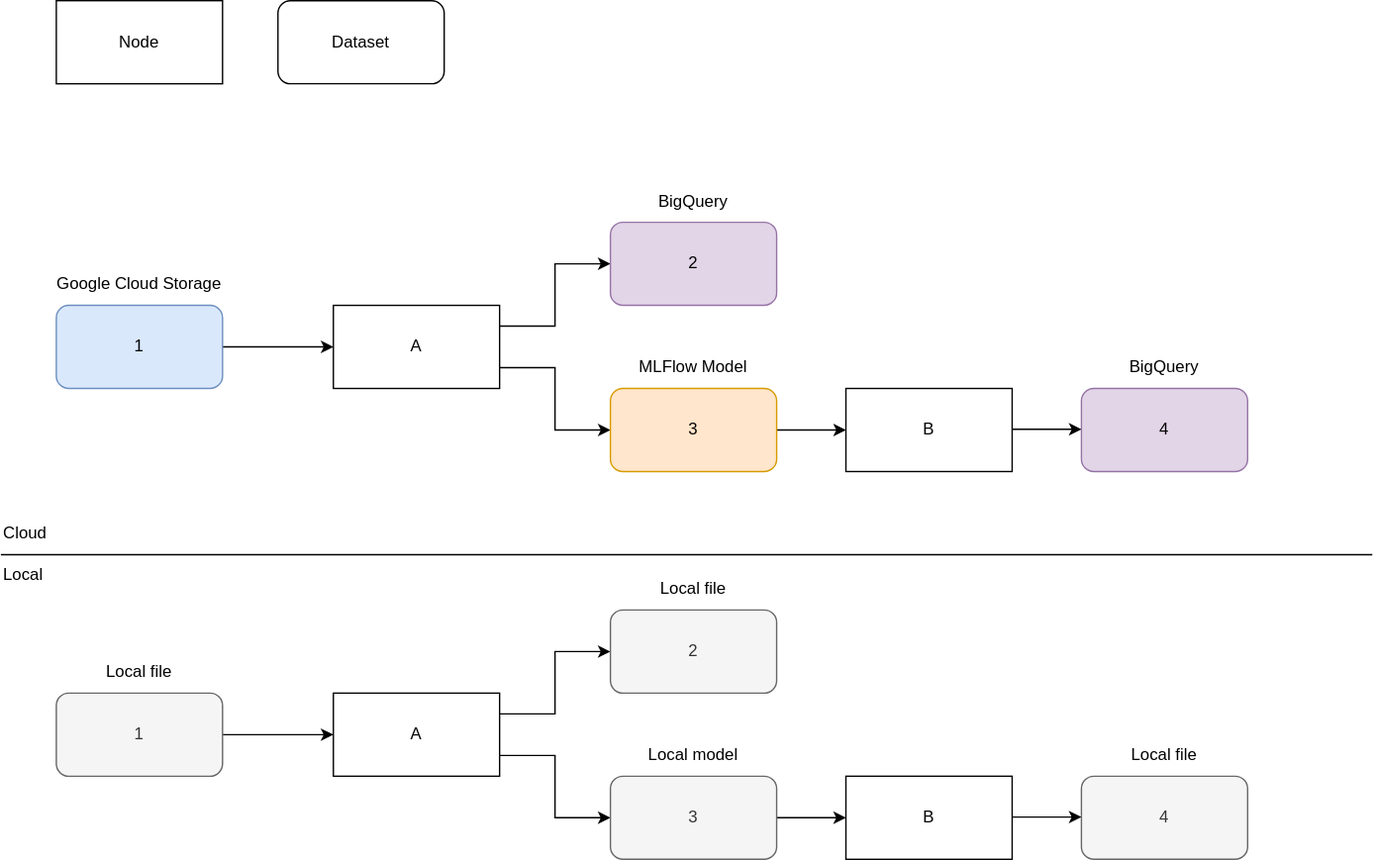
Earlier version of the draw.io export docs/src/assets/img/from-env-pipeline.drawio.svg (everycure-org/matrix). Source tidied: cells renumbered, new cells last; positions are measured from the earlier drawing's top-left corner, leaving out a move shared by most shapes. Source of this version:
```xml
<mxGraphModel background="#ffffff">
  <root>
    <mxCell id="0" />
    <mxCell id="1" parent="0" />
    <mxCell id="2" style="endArrow=none;html=1;rounded=0;" parent="1" edge="1">
      <mxGeometry relative="1" as="geometry">
        <mxPoint y="400" as="sourcePoint" />
        <mxPoint x="990" y="400" as="targetPoint" />
      </mxGeometry>
    </mxCell>
    <mxCell id="3" value="Cloud" style="text;html=1;align=left;verticalAlign=middle;whiteSpace=wrap;rounded=0;" parent="1" vertex="1">
      <mxGeometry y="370" width="60" height="30" as="geometry" />
    </mxCell>
    <mxCell id="4" value="Local" style="text;html=1;align=left;verticalAlign=middle;whiteSpace=wrap;rounded=0;" parent="1" vertex="1">
      <mxGeometry y="400" width="60" height="30" as="geometry" />
    </mxCell>
    <mxCell id="5" value="Node" style="rounded=0;whiteSpace=wrap;html=1;" parent="1" vertex="1">
      <mxGeometry x="40" width="120" height="60" as="geometry" />
    </mxCell>
    <mxCell id="6" value="Dataset" style="rounded=1;whiteSpace=wrap;html=1;" parent="1" vertex="1">
      <mxGeometry x="200" width="120" height="60" as="geometry" />
    </mxCell>
    <mxCell id="7" style="edgeStyle=orthogonalEdgeStyle;rounded=0;jettySize=auto;html=1;entryX=0;entryY=0.5;entryDx=0;entryDy=0;exitX=1;exitY=0.25;exitDx=0;exitDy=0;" parent="1" edge="1" source="9" target="12">
      <mxGeometry relative="1" as="geometry" />
    </mxCell>
    <mxCell id="8" style="edgeStyle=orthogonalEdgeStyle;rounded=0;jettySize=auto;html=1;exitX=1;exitY=0.75;exitDx=0;exitDy=0;entryX=0;entryY=0.5;entryDx=0;entryDy=0;" parent="1" edge="1" source="9" target="14">
      <mxGeometry relative="1" as="geometry" />
    </mxCell>
    <mxCell id="9" value="A" style="rounded=0;whiteSpace=wrap;html=1;" parent="1" vertex="1">
      <mxGeometry x="240" y="220" width="120" height="60" as="geometry" />
    </mxCell>
    <mxCell id="10" style="edgeStyle=orthogonalEdgeStyle;rounded=0;jettySize=auto;html=1;exitX=1;exitY=0.5;exitDx=0;exitDy=0;" parent="1" edge="1" source="11" target="9">
      <mxGeometry relative="1" as="geometry" />
    </mxCell>
    <mxCell id="11" value="1" style="rounded=1;whiteSpace=wrap;html=1;fillColor=#dae8fc;strokeColor=#6c8ebf;" parent="1" vertex="1">
      <mxGeometry x="40" y="220" width="120" height="60" as="geometry" />
    </mxCell>
    <mxCell id="12" value="2" style="rounded=1;whiteSpace=wrap;html=1;fillColor=#e1d5e7;strokeColor=#9673a6;" parent="1" vertex="1">
      <mxGeometry x="440" y="160" width="120" height="60" as="geometry" />
    </mxCell>
    <mxCell id="13" style="edgeStyle=orthogonalEdgeStyle;rounded=0;jettySize=auto;html=1;exitX=1;exitY=0.5;exitDx=0;exitDy=0;" parent="1" edge="1" source="14">
      <mxGeometry relative="1" as="geometry">
        <mxPoint x="610" y="310" as="targetPoint" />
      </mxGeometry>
    </mxCell>
    <mxCell id="14" value="3" style="rounded=1;whiteSpace=wrap;html=1;fillColor=#ffe6cc;strokeColor=#d79b00;" parent="1" vertex="1">
      <mxGeometry x="440" y="280" width="120" height="60" as="geometry" />
    </mxCell>
    <mxCell id="15" value="Google Cloud Storage" style="text;html=1;align=center;verticalAlign=middle;whiteSpace=wrap;rounded=0;" parent="1" vertex="1">
      <mxGeometry x="30" y="190" width="140" height="30" as="geometry" />
    </mxCell>
    <mxCell id="16" value="BigQuery" style="text;html=1;align=center;verticalAlign=middle;whiteSpace=wrap;rounded=0;" parent="1" vertex="1">
      <mxGeometry x="430" y="130" width="140" height="30" as="geometry" />
    </mxCell>
    <mxCell id="17" value="MLFlow Model" style="text;html=1;align=center;verticalAlign=middle;whiteSpace=wrap;rounded=0;" parent="1" vertex="1">
      <mxGeometry x="430" y="250" width="140" height="30" as="geometry" />
    </mxCell>
    <mxCell id="18" style="edgeStyle=orthogonalEdgeStyle;rounded=0;jettySize=auto;html=1;entryX=0;entryY=0.5;entryDx=0;entryDy=0;exitX=1;exitY=0.25;exitDx=0;exitDy=0;" parent="1" edge="1" source="20" target="23">
      <mxGeometry relative="1" as="geometry" />
    </mxCell>
    <mxCell id="19" style="edgeStyle=orthogonalEdgeStyle;rounded=0;jettySize=auto;html=1;exitX=1;exitY=0.75;exitDx=0;exitDy=0;entryX=0;entryY=0.5;entryDx=0;entryDy=0;" parent="1" edge="1" source="20" target="25">
      <mxGeometry relative="1" as="geometry" />
    </mxCell>
    <mxCell id="20" value="A" style="rounded=0;whiteSpace=wrap;html=1;" parent="1" vertex="1">
      <mxGeometry x="240" y="500" width="120" height="60" as="geometry" />
    </mxCell>
    <mxCell id="21" style="edgeStyle=orthogonalEdgeStyle;rounded=0;jettySize=auto;html=1;exitX=1;exitY=0.5;exitDx=0;exitDy=0;" parent="1" edge="1" source="22" target="20">
      <mxGeometry relative="1" as="geometry" />
    </mxCell>
    <mxCell id="22" value="1" style="rounded=1;whiteSpace=wrap;html=1;fillColor=#f5f5f5;fontColor=#333333;strokeColor=#666666;" parent="1" vertex="1">
      <mxGeometry x="40" y="500" width="120" height="60" as="geometry" />
    </mxCell>
    <mxCell id="23" value="2" style="rounded=1;whiteSpace=wrap;html=1;fillColor=#f5f5f5;fontColor=#333333;strokeColor=#666666;" parent="1" vertex="1">
      <mxGeometry x="440" y="440" width="120" height="60" as="geometry" />
    </mxCell>
    <mxCell id="24" style="edgeStyle=orthogonalEdgeStyle;rounded=0;jettySize=auto;html=1;exitX=1;exitY=0.5;exitDx=0;exitDy=0;" parent="1" edge="1" source="25">
      <mxGeometry relative="1" as="geometry">
        <mxPoint x="610" y="590" as="targetPoint" />
      </mxGeometry>
    </mxCell>
    <mxCell id="25" value="3" style="rounded=1;whiteSpace=wrap;html=1;fillColor=#f5f5f5;fontColor=#333333;strokeColor=#666666;" parent="1" vertex="1">
      <mxGeometry x="440" y="560" width="120" height="60" as="geometry" />
    </mxCell>
    <mxCell id="26" value="Local file" style="text;html=1;align=center;verticalAlign=middle;whiteSpace=wrap;rounded=0;" parent="1" vertex="1">
      <mxGeometry x="30" y="470" width="140" height="30" as="geometry" />
    </mxCell>
    <mxCell id="27" value="Local model" style="text;html=1;align=center;verticalAlign=middle;whiteSpace=wrap;rounded=0;" parent="1" vertex="1">
      <mxGeometry x="430" y="530" width="140" height="30" as="geometry" />
    </mxCell>
    <mxCell id="28" value="Local file" style="text;html=1;align=center;verticalAlign=middle;whiteSpace=wrap;rounded=0;" parent="1" vertex="1">
      <mxGeometry x="430" y="410" width="140" height="30" as="geometry" />
    </mxCell>
    <mxCell id="29" value="B" style="rounded=0;whiteSpace=wrap;html=1;" parent="1" vertex="1">
      <mxGeometry x="610" y="280" width="120" height="60" as="geometry" />
    </mxCell>
    <mxCell id="30" value="4" style="rounded=1;whiteSpace=wrap;html=1;fillColor=#e1d5e7;strokeColor=#9673a6;" parent="1" vertex="1">
      <mxGeometry x="780" y="280" width="120" height="60" as="geometry" />
    </mxCell>
    <mxCell id="31" value="BigQuery" style="text;html=1;align=center;verticalAlign=middle;whiteSpace=wrap;rounded=0;" parent="1" vertex="1">
      <mxGeometry x="770" y="250" width="140" height="30" as="geometry" />
    </mxCell>
    <mxCell id="32" style="edgeStyle=orthogonalEdgeStyle;rounded=0;orthogonalLoop=1;jettySize=auto;html=1;exitX=1;exitY=0.5;exitDx=0;exitDy=0;" parent="1" edge="1">
      <mxGeometry relative="1" as="geometry">
        <mxPoint x="730" y="309.5" as="sourcePoint" />
        <mxPoint x="780" y="309.5" as="targetPoint" />
      </mxGeometry>
    </mxCell>
    <mxCell id="33" value="4" style="rounded=1;whiteSpace=wrap;html=1;fillColor=#f5f5f5;fontColor=#333333;strokeColor=#666666;" parent="1" vertex="1">
      <mxGeometry x="780" y="560" width="120" height="60" as="geometry" />
    </mxCell>
    <mxCell id="34" value="Local file" style="text;html=1;align=center;verticalAlign=middle;whiteSpace=wrap;rounded=0;" parent="1" vertex="1">
      <mxGeometry x="770" y="530" width="140" height="30" as="geometry" />
    </mxCell>
    <mxCell id="35" style="edgeStyle=orthogonalEdgeStyle;rounded=0;orthogonalLoop=1;jettySize=auto;html=1;exitX=1;exitY=0.5;exitDx=0;exitDy=0;" parent="1" edge="1">
      <mxGeometry relative="1" as="geometry">
        <mxPoint x="730" y="589.5" as="sourcePoint" />
        <mxPoint x="780" y="589.5" as="targetPoint" />
      </mxGeometry>
    </mxCell>
    <mxCell id="36" value="B" style="rounded=0;whiteSpace=wrap;html=1;" parent="1" vertex="1">
      <mxGeometry x="610" y="560" width="120" height="60" as="geometry" />
    </mxCell>
  </root>
</mxGraphModel>
```
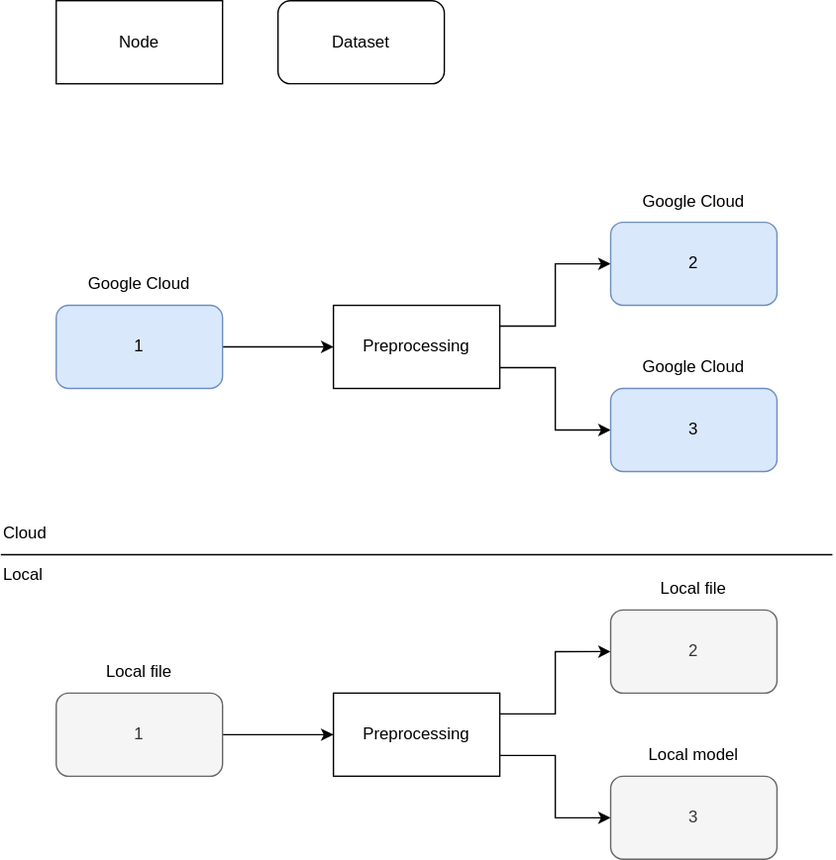
The same file after the commit.

Commit message:
add correct img

The edit, as a diff of the source:
```diff
@@ -5,7 +5,7 @@
     <mxCell id="2" style="endArrow=none;html=1;rounded=0;" parent="1" edge="1">
       <mxGeometry relative="1" as="geometry">
         <mxPoint y="400" as="sourcePoint" />
-        <mxPoint x="990" y="400" as="targetPoint" />
+        <mxPoint x="600" y="400" as="targetPoint" />
       </mxGeometry>
     </mxCell>
     <mxCell id="3" value="Cloud" style="text;html=1;align=left;verticalAlign=middle;whiteSpace=wrap;rounded=0;" parent="1" vertex="1">
@@ -26,7 +26,7 @@
     <mxCell id="8" style="edgeStyle=orthogonalEdgeStyle;rounded=0;jettySize=auto;html=1;exitX=1;exitY=0.75;exitDx=0;exitDy=0;entryX=0;entryY=0.5;entryDx=0;entryDy=0;" parent="1" edge="1" source="9" target="14">
       <mxGeometry relative="1" as="geometry" />
     </mxCell>
-    <mxCell id="9" value="A" style="rounded=0;whiteSpace=wrap;html=1;" parent="1" vertex="1">
+    <mxCell id="9" value="Preprocessing" style="rounded=0;whiteSpace=wrap;html=1;" parent="1" vertex="1">
       <mxGeometry x="240" y="220" width="120" height="60" as="geometry" />
     </mxCell>
     <mxCell id="10" style="edgeStyle=orthogonalEdgeStyle;rounded=0;jettySize=auto;html=1;exitX=1;exitY=0.5;exitDx=0;exitDy=0;" parent="1" edge="1" source="11" target="9">
@@ -35,24 +35,19 @@
     <mxCell id="11" value="1" style="rounded=1;whiteSpace=wrap;html=1;fillColor=#dae8fc;strokeColor=#6c8ebf;" parent="1" vertex="1">
       <mxGeometry x="40" y="220" width="120" height="60" as="geometry" />
     </mxCell>
-    <mxCell id="12" value="2" style="rounded=1;whiteSpace=wrap;html=1;fillColor=#e1d5e7;strokeColor=#9673a6;" parent="1" vertex="1">
+    <mxCell id="12" value="2" style="rounded=1;whiteSpace=wrap;html=1;fillColor=#dae8fc;strokeColor=#6c8ebf;" parent="1" vertex="1">
       <mxGeometry x="440" y="160" width="120" height="60" as="geometry" />
     </mxCell>
-    <mxCell id="13" style="edgeStyle=orthogonalEdgeStyle;rounded=0;jettySize=auto;html=1;exitX=1;exitY=0.5;exitDx=0;exitDy=0;" parent="1" edge="1" source="14">
-      <mxGeometry relative="1" as="geometry">
-        <mxPoint x="610" y="310" as="targetPoint" />
-      </mxGeometry>
-    </mxCell>
-    <mxCell id="14" value="3" style="rounded=1;whiteSpace=wrap;html=1;fillColor=#ffe6cc;strokeColor=#d79b00;" parent="1" vertex="1">
+    <mxCell id="14" value="3" style="rounded=1;whiteSpace=wrap;html=1;fillColor=#dae8fc;strokeColor=#6c8ebf;" parent="1" vertex="1">
       <mxGeometry x="440" y="280" width="120" height="60" as="geometry" />
     </mxCell>
-    <mxCell id="15" value="Google Cloud Storage" style="text;html=1;align=center;verticalAlign=middle;whiteSpace=wrap;rounded=0;" parent="1" vertex="1">
+    <mxCell id="15" value="Google Cloud" style="text;html=1;align=center;verticalAlign=middle;whiteSpace=wrap;rounded=0;" parent="1" vertex="1">
       <mxGeometry x="30" y="190" width="140" height="30" as="geometry" />
     </mxCell>
-    <mxCell id="16" value="BigQuery" style="text;html=1;align=center;verticalAlign=middle;whiteSpace=wrap;rounded=0;" parent="1" vertex="1">
+    <mxCell id="16" value="Google Cloud" style="text;html=1;align=center;verticalAlign=middle;whiteSpace=wrap;rounded=0;" parent="1" vertex="1">
       <mxGeometry x="430" y="130" width="140" height="30" as="geometry" />
     </mxCell>
-    <mxCell id="17" value="MLFlow Model" style="text;html=1;align=center;verticalAlign=middle;whiteSpace=wrap;rounded=0;" parent="1" vertex="1">
+    <mxCell id="17" value="Google Cloud" style="text;html=1;align=center;verticalAlign=middle;whiteSpace=wrap;rounded=0;" parent="1" vertex="1">
       <mxGeometry x="430" y="250" width="140" height="30" as="geometry" />
     </mxCell>
     <mxCell id="18" style="edgeStyle=orthogonalEdgeStyle;rounded=0;jettySize=auto;html=1;entryX=0;entryY=0.5;entryDx=0;entryDy=0;exitX=1;exitY=0.25;exitDx=0;exitDy=0;" parent="1" edge="1" source="20" target="23">
@@ -61,7 +56,7 @@
     <mxCell id="19" style="edgeStyle=orthogonalEdgeStyle;rounded=0;jettySize=auto;html=1;exitX=1;exitY=0.75;exitDx=0;exitDy=0;entryX=0;entryY=0.5;entryDx=0;entryDy=0;" parent="1" edge="1" source="20" target="25">
       <mxGeometry relative="1" as="geometry" />
     </mxCell>
-    <mxCell id="20" value="A" style="rounded=0;whiteSpace=wrap;html=1;" parent="1" vertex="1">
+    <mxCell id="20" value="Preprocessing" style="rounded=0;whiteSpace=wrap;html=1;" parent="1" vertex="1">
       <mxGeometry x="240" y="500" width="120" height="60" as="geometry" />
     </mxCell>
     <mxCell id="21" style="edgeStyle=orthogonalEdgeStyle;rounded=0;jettySize=auto;html=1;exitX=1;exitY=0.5;exitDx=0;exitDy=0;" parent="1" edge="1" source="22" target="20">
@@ -73,11 +68,6 @@
     <mxCell id="23" value="2" style="rounded=1;whiteSpace=wrap;html=1;fillColor=#f5f5f5;fontColor=#333333;strokeColor=#666666;" parent="1" vertex="1">
       <mxGeometry x="440" y="440" width="120" height="60" as="geometry" />
     </mxCell>
-    <mxCell id="24" style="edgeStyle=orthogonalEdgeStyle;rounded=0;jettySize=auto;html=1;exitX=1;exitY=0.5;exitDx=0;exitDy=0;" parent="1" edge="1" source="25">
-      <mxGeometry relative="1" as="geometry">
-        <mxPoint x="610" y="590" as="targetPoint" />
-      </mxGeometry>
-    </mxCell>
     <mxCell id="25" value="3" style="rounded=1;whiteSpace=wrap;html=1;fillColor=#f5f5f5;fontColor=#333333;strokeColor=#666666;" parent="1" vertex="1">
       <mxGeometry x="440" y="560" width="120" height="60" as="geometry" />
     </mxCell>
@@ -90,35 +80,5 @@
     <mxCell id="28" value="Local file" style="text;html=1;align=center;verticalAlign=middle;whiteSpace=wrap;rounded=0;" parent="1" vertex="1">
       <mxGeometry x="430" y="410" width="140" height="30" as="geometry" />
     </mxCell>
-    <mxCell id="29" value="B" style="rounded=0;whiteSpace=wrap;html=1;" parent="1" vertex="1">
-      <mxGeometry x="610" y="280" width="120" height="60" as="geometry" />
-    </mxCell>
-    <mxCell id="30" value="4" style="rounded=1;whiteSpace=wrap;html=1;fillColor=#e1d5e7;strokeColor=#9673a6;" parent="1" vertex="1">
-      <mxGeometry x="780" y="280" width="120" height="60" as="geometry" />
-    </mxCell>
-    <mxCell id="31" value="BigQuery" style="text;html=1;align=center;verticalAlign=middle;whiteSpace=wrap;rounded=0;" parent="1" vertex="1">
-      <mxGeometry x="770" y="250" width="140" height="30" as="geometry" />
-    </mxCell>
-    <mxCell id="32" style="edgeStyle=orthogonalEdgeStyle;rounded=0;orthogonalLoop=1;jettySize=auto;html=1;exitX=1;exitY=0.5;exitDx=0;exitDy=0;" parent="1" edge="1">
-      <mxGeometry relative="1" as="geometry">
-        <mxPoint x="730" y="309.5" as="sourcePoint" />
-        <mxPoint x="780" y="309.5" as="targetPoint" />
-      </mxGeometry>
-    </mxCell>
-    <mxCell id="33" value="4" style="rounded=1;whiteSpace=wrap;html=1;fillColor=#f5f5f5;fontColor=#333333;strokeColor=#666666;" parent="1" vertex="1">
-      <mxGeometry x="780" y="560" width="120" height="60" as="geometry" />
-    </mxCell>
-    <mxCell id="34" value="Local file" style="text;html=1;align=center;verticalAlign=middle;whiteSpace=wrap;rounded=0;" parent="1" vertex="1">
-      <mxGeometry x="770" y="530" width="140" height="30" as="geometry" />
-    </mxCell>
-    <mxCell id="35" style="edgeStyle=orthogonalEdgeStyle;rounded=0;orthogonalLoop=1;jettySize=auto;html=1;exitX=1;exitY=0.5;exitDx=0;exitDy=0;" parent="1" edge="1">
-      <mxGeometry relative="1" as="geometry">
-        <mxPoint x="730" y="589.5" as="sourcePoint" />
-        <mxPoint x="780" y="589.5" as="targetPoint" />
-      </mxGeometry>
-    </mxCell>
-    <mxCell id="36" value="B" style="rounded=0;whiteSpace=wrap;html=1;" parent="1" vertex="1">
-      <mxGeometry x="610" y="560" width="120" height="60" as="geometry" />
-    </mxCell>
   </root>
 </mxGraphModel>
```
